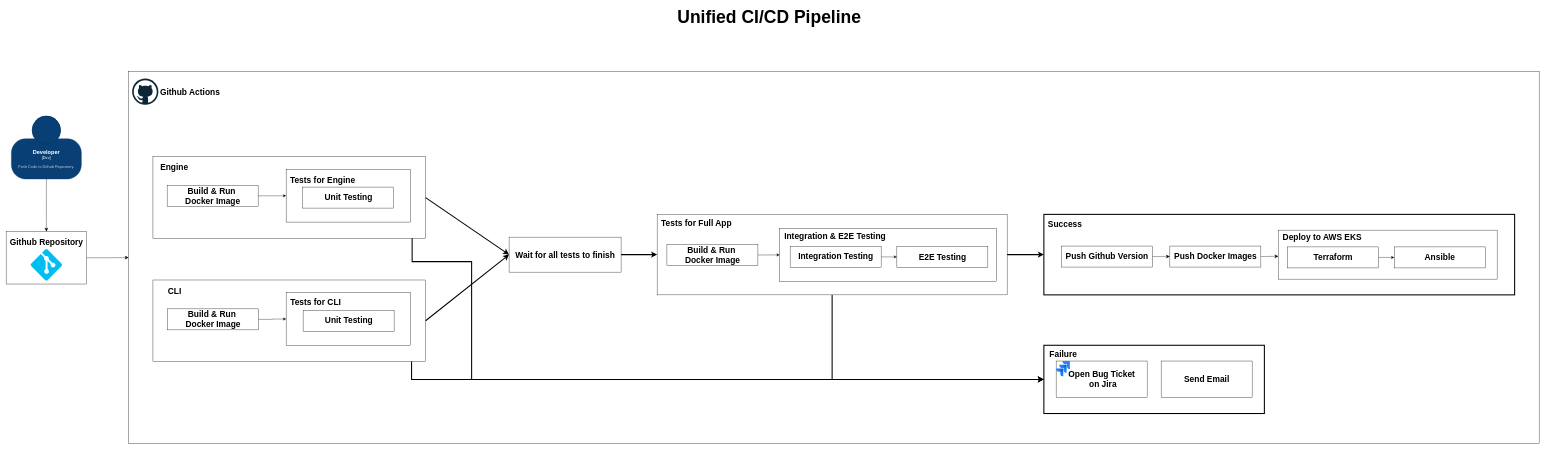
Above: page "Unified - CI/CD" (2 of 4) of docs/architecture/Project Architecture.drawio in assafNW/devops-final-project (draw.io), before the change. Source tidied: cells renumbered, new cells numbered last; positions are measured from the earlier drawing's top-left corner, leaving out a move shared by most shapes. Both pictures are drawn from the tidied source at 35%, with x=0, y=0 at pixel (6, 9).
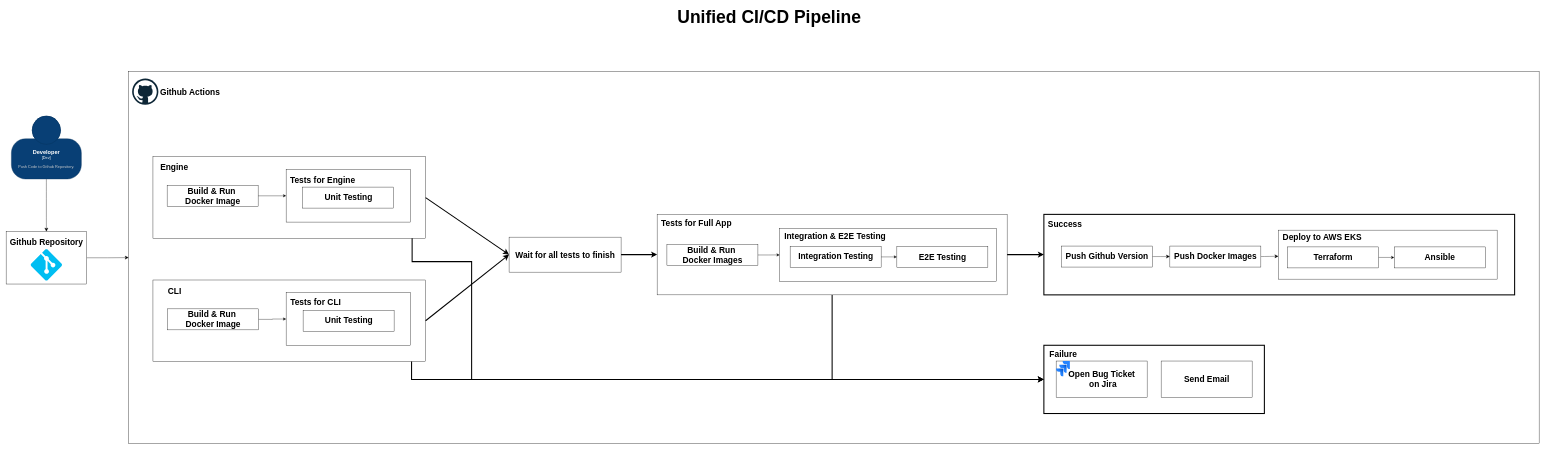
The same page after the edit.

Diff of the diagram source:
```diff
@@
-    <mxCell id="68" value="Build &amp;amp; Run&amp;nbsp;&lt;div&gt;Docker Image&lt;/div&gt;" style="text;strokeColor=none;fillColor=none;html=1;fontSize=24;fontStyle=1;verticalAlign=middle;align=center;" parent="1" vertex="1">
+    <mxCell id="68" value="Build &amp;amp; Run&amp;nbsp;&lt;div&gt;Docker Images&lt;/div&gt;" style="text;strokeColor=none;fillColor=none;html=1;fontSize=24;fontStyle=1;verticalAlign=middle;align=center;" parent="1" vertex="1">
       <mxGeometry x="1968" y="681" width="100" height="40" as="geometry" />
     </mxCell>
```
